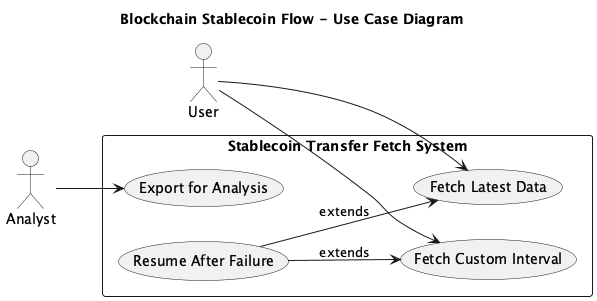
The PlantUML diagram report/figures/use_case_fetch.png in celilozknn/CMPE492-Project, before a commit. The source it was exported from:
```plantuml
@startuml
title Blockchain Stablecoin Flow - Use Case Diagram

left to right direction
skinparam packageStyle rectangle

actor User
actor Analyst

rectangle "Stablecoin Transfer Fetch System" {
    usecase "Fetch Latest Data" as UC1
    usecase "Fetch Custom Interval" as UC2
    usecase "Resume After Failure" as UC3
    usecase "Export for Analysis" as UC4
}

User --> UC1
User --> UC2
UC3 --> UC1 : extends
UC3 --> UC2 : extends
Analyst --> UC4

@enduml
```
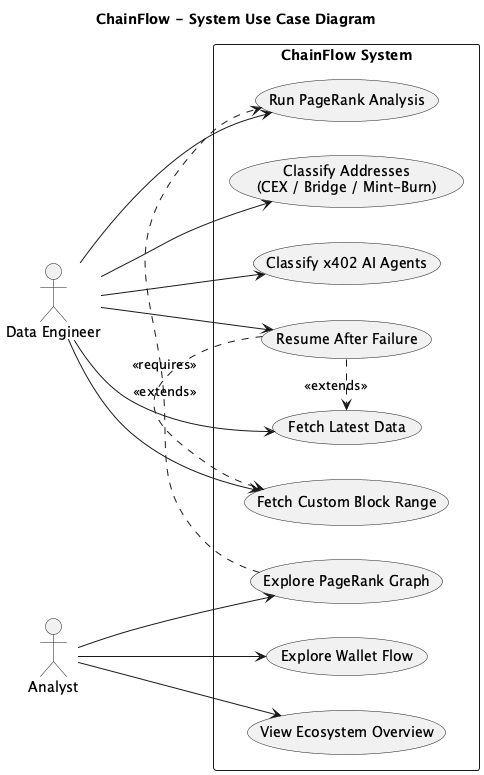
After the change.

Change to the diagram source:
```diff
@@ -1,23 +1,41 @@
 @startuml
-title Blockchain Stablecoin Flow - Use Case Diagram
+title ChainFlow - System Use Case Diagram
 
 left to right direction
 skinparam packageStyle rectangle
 
-actor User
-actor Analyst
+actor "Data Engineer" as DE
+actor "Analyst" as Analyst
 
-rectangle "Stablecoin Transfer Fetch System" {
+rectangle "ChainFlow System" {
     usecase "Fetch Latest Data" as UC1
-    usecase "Fetch Custom Interval" as UC2
+    usecase "Fetch Custom Block Range" as UC2
     usecase "Resume After Failure" as UC3
-    usecase "Export for Analysis" as UC4
+
+    usecase "Classify Addresses\n(CEX / Bridge / Mint-Burn)" as UC4
+    usecase "Classify x402 AI Agents" as UC5
+
+    usecase "Run PageRank Analysis" as UC6
+
+    usecase "Explore PageRank Graph" as UC7
+    usecase "Explore Wallet Flow" as UC8
+    usecase "View Ecosystem Overview" as UC9
 }
 
-User --> UC1
-User --> UC2
-UC3 --> UC1 : extends
-UC3 --> UC2 : extends
-Analyst --> UC4
+DE --> UC1
+DE --> UC2
+DE --> UC3
+DE --> UC4
+DE --> UC5
+DE --> UC6
+
+UC3 .> UC1 : <<extends>>
+UC3 .> UC2 : <<extends>>
+
+Analyst --> UC7
+Analyst --> UC8
+Analyst --> UC9
+
+UC7 .> UC6 : <<requires>>
 
 @enduml
```
